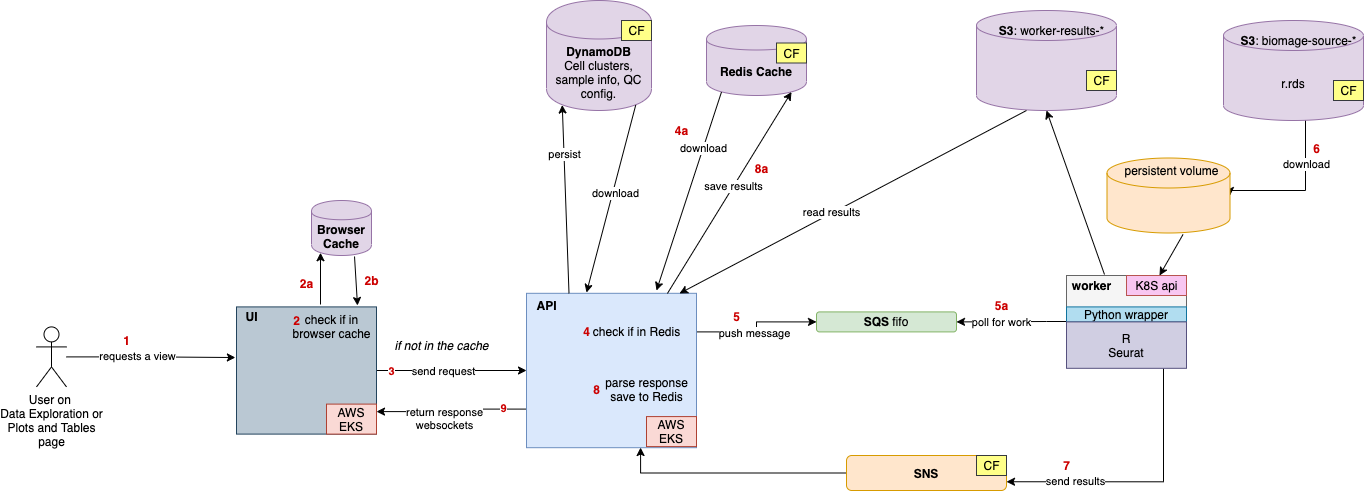
Earlier version of the draw.io export diagrams/DataExploration.png (hms-dbmi-cellenics/developer-docs). Source tidied: cells renumbered, new cells last; positions are measured from the earlier drawing's top-left corner, leaving out a move shared by most shapes.
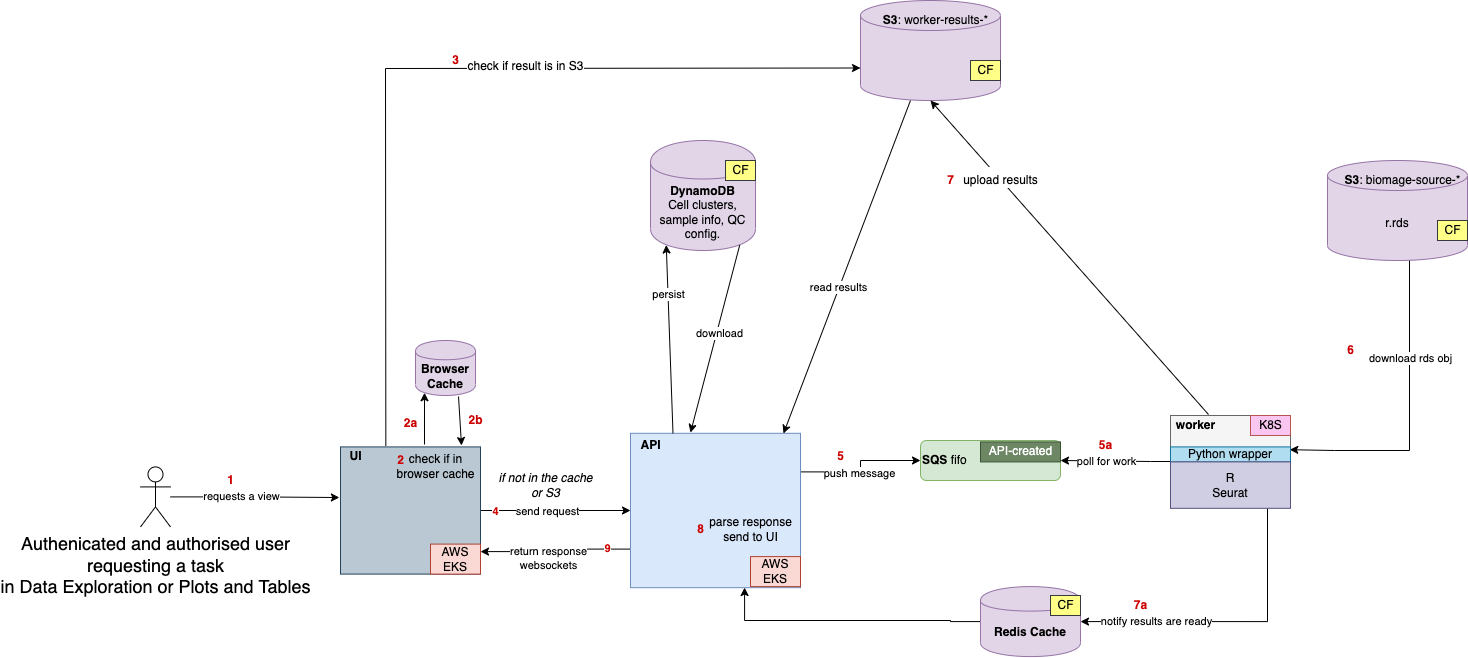
Above is the later version.

What changed in the source:
```diff
@@ -33,35 +33,35 @@
         <mxPoint x="16" y="1" as="offset" />
       </mxGeometry>
     </mxCell>
-    <mxCell id="11" value="&lt;font color=&quot;#cc0000&quot;&gt;&lt;b&gt;3&lt;/b&gt;&lt;/font&gt;" style="edgeLabel;html=1;align=center;verticalAlign=middle;" parent="9" vertex="1">
+    <mxCell id="11" value="&lt;font color=&quot;#cc0000&quot;&gt;&lt;b&gt;4&lt;/b&gt;&lt;/font&gt;" style="edgeLabel;html=1;align=center;verticalAlign=middle;" parent="9" vertex="1">
       <mxGeometry x="-0.8" relative="1" as="geometry" />
     </mxCell>
     <mxCell id="12" style="rounded=0;whiteSpace=wrap;html=1;fillColor=#bac8d3;strokeColor=#23445d;" parent="1" vertex="1">
       <mxGeometry x="200" y="306.4" width="140" height="127.2" as="geometry" />
     </mxCell>
-    <mxCell id="13" value="&lt;b&gt;SQS &lt;/b&gt;fifo" style="rounded=1;whiteSpace=wrap;html=1;fillColor=#d5e8d4;strokeColor=#82b366;" parent="1" vertex="1">
-      <mxGeometry x="780" y="311.4" width="140" height="20" as="geometry" />
+    <mxCell id="13" value="&lt;b&gt;SQS &lt;/b&gt;fifo" style="rounded=1;whiteSpace=wrap;html=1;fillColor=#d5e8d4;strokeColor=#82b366;align=left;" parent="1" vertex="1">
+      <mxGeometry x="780" y="300" width="140" height="40" as="geometry" />
     </mxCell>
-    <mxCell id="14" style="edgeStyle=orthogonalEdgeStyle;rounded=0;jettySize=auto;html=1;exitX=0;exitY=0.5;exitDx=0;exitDy=0;entryX=0.671;entryY=0.999;entryDx=0;entryDy=0;entryPerimeter=0;" parent="1" edge="1" source="15" target="7">
-      <mxGeometry relative="1" as="geometry" />
+    <mxCell id="14" style="edgeStyle=orthogonalEdgeStyle;rounded=0;jettySize=auto;html=1;exitX=0;exitY=0.5;exitDx=0;exitDy=0;entryX=0.671;entryY=0.999;entryDx=0;entryDy=0;entryPerimeter=0;" parent="1" edge="1" source="19" target="7">
+      <mxGeometry relative="1" as="geometry">
+        <Array as="points">
+          <mxPoint x="810" y="481" />
+          <mxPoint x="810" y="480" />
+          <mxPoint x="604" y="480" />
+        </Array>
+      </mxGeometry>
     </mxCell>
-    <mxCell id="15" value="&lt;b&gt;SNS&lt;/b&gt;" style="rounded=1;whiteSpace=wrap;html=1;fillColor=#ffe6cc;strokeColor=#d79b00;" parent="1" vertex="1">
-      <mxGeometry x="810" y="455" width="160" height="35" as="geometry" />
-    </mxCell>
     <mxCell id="16" value="AWS EKS" style="text;html=1;strokeColor=#ae4132;fillColor=#fad9d5;align=center;verticalAlign=middle;whiteSpace=wrap;rounded=0;" parent="1" vertex="1">
       <mxGeometry x="290" y="403.6" width="50" height="30" as="geometry" />
     </mxCell>
     <mxCell id="17" value="AWS EKS" style="text;html=1;strokeColor=#ae4132;fillColor=#fad9d5;align=center;verticalAlign=middle;whiteSpace=wrap;rounded=0;" parent="1" vertex="1">
       <mxGeometry x="610" y="416.1" width="50" height="30" as="geometry" />
     </mxCell>
-    <mxCell id="18" value="CF" style="text;html=1;align=center;verticalAlign=middle;fillColor=#ffff88;strokeColor=#36393d;" parent="1" vertex="1">
-      <mxGeometry x="940" y="455" width="30" height="20" as="geometry" />
-    </mxCell>
     <mxCell id="19" value="&lt;b&gt;Redis Cache&lt;/b&gt;" style="shape=cylinder;whiteSpace=wrap;html=1;boundedLbl=1;backgroundOutline=1;fillColor=#e1d5e7;strokeColor=#9673a6;" parent="1" vertex="1">
-      <mxGeometry x="670" y="25" width="100" height="70" as="geometry" />
+      <mxGeometry x="840" y="446.1" width="100" height="70" as="geometry" />
     </mxCell>
     <mxCell id="20" value="CF" style="text;html=1;align=center;verticalAlign=middle;fillColor=#ffff88;strokeColor=#36393d;" parent="1" vertex="1">
-      <mxGeometry x="740" y="42.5" width="30" height="20" as="geometry" />
+      <mxGeometry x="910" y="455" width="30" height="20" as="geometry" />
     </mxCell>
     <mxCell id="21" value="&lt;b&gt;Browser Cache&lt;/b&gt;" style="shape=cylinder;whiteSpace=wrap;html=1;boundedLbl=1;backgroundOutline=1;fillColor=#e1d5e7;strokeColor=#9673a6;" parent="1" vertex="1">
       <mxGeometry x="275" y="200" width="60" height="55" as="geometry" />
@@ -79,17 +79,18 @@
         <mxPoint x="17" y="1" as="offset" />
       </mxGeometry>
     </mxCell>
-    <mxCell id="24" style="edgeStyle=orthogonalEdgeStyle;rounded=0;jettySize=auto;html=1;entryX=1;entryY=0.5;entryDx=0;entryDy=0;entryPerimeter=0;" parent="1" edge="1" target="47">
+    <mxCell id="24" style="edgeStyle=orthogonalEdgeStyle;rounded=0;jettySize=auto;html=1;entryX=0.994;entryY=0.38;entryDx=0;entryDy=0;entryPerimeter=0;" parent="1" edge="1" target="35">
       <mxGeometry relative="1" as="geometry">
         <mxPoint x="1270" y="110" as="sourcePoint" />
         <Array as="points">
           <mxPoint x="1270" y="115" />
           <mxPoint x="1269" y="115" />
-          <mxPoint x="1269" y="190" />
+          <mxPoint x="1269" y="310" />
+          <mxPoint x="1194" y="310" />
         </Array>
       </mxGeometry>
     </mxCell>
-    <mxCell id="25" value="download" style="edgeLabel;html=1;align=center;verticalAlign=middle;" parent="24" vertex="1">
+    <mxCell id="25" value="download rds obj" style="edgeLabel;html=1;align=center;verticalAlign=middle;" parent="24" vertex="1">
       <mxGeometry x="-0.33" relative="1" as="geometry" />
     </mxCell>
     <mxCell id="26" value="CF" style="text;html=1;align=center;verticalAlign=middle;fillColor=#ffff88;strokeColor=#36393d;" parent="1" vertex="1">
@@ -103,7 +104,7 @@
         <mxPoint x="24" y="-1" as="offset" />
       </mxGeometry>
     </mxCell>
-    <mxCell id="29" value="User on&amp;nbsp;&lt;br&gt;Data Exploration or&lt;br&gt;Plots and Tables&lt;br&gt;page" style="shape=umlActor;verticalLabelPosition=bottom;verticalAlign=top;html=1;outlineConnect=0;" parent="1" vertex="1">
+    <mxCell id="29" value="&lt;font style=&quot;font-size: 18px&quot;&gt;Authenicated and authorised user&lt;br&gt;&amp;nbsp;requesting a task &lt;br&gt;in Data Exploration or Plots and Tables&lt;br&gt;&lt;/font&gt;" style="shape=umlActor;verticalLabelPosition=bottom;verticalAlign=top;html=1;outlineConnect=0;" parent="1" vertex="1">
       <mxGeometry y="326.4" width="30" height="60" as="geometry" />
     </mxCell>
     <mxCell id="30" value="&lt;b&gt;UI&lt;/b&gt;" style="text;html=1;align=center;verticalAlign=middle;strokeColor=none;" parent="1" vertex="1">
@@ -131,14 +132,14 @@
     <mxCell id="36" value="Python wrapper" style="rounded=0;whiteSpace=wrap;html=1;fillColor=#b1ddf0;strokeColor=#10739e;" parent="1" vertex="1">
       <mxGeometry x="1030" y="306.4" width="120" height="15" as="geometry" />
     </mxCell>
-    <mxCell id="37" style="edgeStyle=orthogonalEdgeStyle;rounded=0;jettySize=auto;html=1;entryX=1;entryY=0.75;entryDx=0;entryDy=0;" parent="1" edge="1" source="39" target="15">
+    <mxCell id="37" style="edgeStyle=orthogonalEdgeStyle;rounded=0;jettySize=auto;html=1;entryX=1;entryY=0.5;entryDx=0;entryDy=0;" parent="1" edge="1" source="39" target="19">
       <mxGeometry relative="1" as="geometry">
         <Array as="points">
           <mxPoint x="1127" y="481" />
         </Array>
       </mxGeometry>
     </mxCell>
-    <mxCell id="38" value="send results" style="edgeLabel;html=1;align=center;verticalAlign=middle;" parent="37" vertex="1">
+    <mxCell id="38" value="notify results are ready" style="edgeLabel;html=1;align=center;verticalAlign=middle;" parent="37" vertex="1">
       <mxGeometry x="0.59" y="-1" relative="1" as="geometry">
         <mxPoint x="13" as="offset" />
       </mxGeometry>
@@ -149,8 +150,8 @@
     <mxCell id="40" value="&lt;b&gt;worker&lt;/b&gt;" style="text;html=1;align=center;verticalAlign=middle;points=[];" parent="1" vertex="1">
       <mxGeometry x="1030" y="275" width="50" height="20" as="geometry" />
     </mxCell>
-    <mxCell id="41" value="K8S api" style="text;html=1;align=center;verticalAlign=middle;points=[];fillColor=#F8C6F1;strokeColor=#b85450;" parent="1" vertex="1">
-      <mxGeometry x="1090" y="275" width="60" height="20" as="geometry" />
+    <mxCell id="41" value="K8S" style="text;html=1;align=center;verticalAlign=middle;points=[];fillColor=#F8C6F1;strokeColor=#b85450;" parent="1" vertex="1">
+      <mxGeometry x="1110" y="275" width="40" height="20" as="geometry" />
     </mxCell>
     <mxCell id="42" style="group;" parent="1" vertex="1">
       <mxGeometry x="1187" y="20" width="140" height="100" as="geometry" />
@@ -167,17 +168,8 @@
     <mxCell id="46" value="CF" style="text;html=1;align=center;verticalAlign=middle;fillColor=#ffff88;strokeColor=#36393d;" parent="42" vertex="1">
       <mxGeometry x="110" y="60" width="30" height="20" as="geometry" />
     </mxCell>
-    <mxCell id="47" style="shape=cylinder3;whiteSpace=wrap;html=1;boundedLbl=1;backgroundOutline=1;size=15;fillColor=#ffe6cc;strokeColor=#d79b00;" parent="1" vertex="1">
-      <mxGeometry x="1070.5" y="157.5" width="123" height="75" as="geometry" />
-    </mxCell>
-    <mxCell id="48" value="persistent volume" style="text;html=1;align=center;verticalAlign=middle;strokeColor=none;" parent="1" vertex="1">
-      <mxGeometry x="1080" y="160" width="110" height="20" as="geometry" />
-    </mxCell>
-    <mxCell id="49" style="endArrow=classic;html=1;exitX=0.618;exitY=1.02;exitDx=0;exitDy=0;exitPerimeter=0;entryX=0.55;entryY=0;entryDx=0;entryDy=0;entryPerimeter=0;" parent="1" edge="1" source="47" target="41">
-      <mxGeometry relative="1" as="geometry" />
-    </mxCell>
     <mxCell id="50" style="group;" parent="1" vertex="1">
-      <mxGeometry x="940" y="10" width="140" height="100" as="geometry" />
+      <mxGeometry x="720" y="-140" width="140" height="100" as="geometry" />
     </mxCell>
     <mxCell id="51" style="group;" parent="50" vertex="1">
       <mxGeometry width="140" height="100" as="geometry" />
@@ -194,28 +186,15 @@
     <mxCell id="55" style="endArrow=classic;html=1;entryX=0.5;entryY=1;entryDx=0;entryDy=0;entryPerimeter=0;exitX=0.76;exitY=-0.05;exitDx=0;exitDy=0;exitPerimeter=0;" parent="1" edge="1" source="40" target="52">
       <mxGeometry relative="1" as="geometry" />
     </mxCell>
+    <mxCell id="81" value="&lt;font style=&quot;font-size: 12px&quot;&gt;upload results&lt;/font&gt;" style="edgeLabel;html=1;align=center;verticalAlign=middle;fontSize=18;" parent="55" vertex="1">
+      <mxGeometry x="0.51" y="-1" relative="1" as="geometry" />
+    </mxCell>
     <mxCell id="56" style="endArrow=classic;html=1;exitX=0.357;exitY=1;exitDx=0;exitDy=0;exitPerimeter=0;entryX=0.9;entryY=0.001;entryDx=0;entryDy=0;entryPerimeter=0;" parent="1" edge="1" source="52" target="7">
       <mxGeometry relative="1" as="geometry" />
     </mxCell>
     <mxCell id="57" value="read results" style="edgeLabel;html=1;align=center;verticalAlign=middle;" parent="56" vertex="1">
       <mxGeometry x="0.12" y="-1" relative="1" as="geometry" />
     </mxCell>
-    <mxCell id="58" style="endArrow=classic;html=1;entryX=0.85;entryY=0.95;entryDx=0;entryDy=0;entryPerimeter=0;exitX=0.829;exitY=0.001;exitDx=0;exitDy=0;exitPerimeter=0;" parent="1" edge="1" source="7" target="19">
-      <mxGeometry relative="1" as="geometry" />
-    </mxCell>
-    <mxCell id="59" value="save results" style="edgeLabel;html=1;align=center;verticalAlign=middle;" parent="58" vertex="1">
-      <mxGeometry x="0.07" y="1" relative="1" as="geometry" />
-    </mxCell>
-    <mxCell id="60" style="endArrow=classic;html=1;exitX=0.15;exitY=0.95;exitDx=0;exitDy=0;exitPerimeter=0;" parent="1" edge="1" source="19">
-      <mxGeometry relative="1" as="geometry">
-        <mxPoint x="620" y="290" as="targetPoint" />
-      </mxGeometry>
-    </mxCell>
-    <mxCell id="61" value="download" style="edgeLabel;html=1;align=center;verticalAlign=middle;" parent="60" vertex="1">
-      <mxGeometry x="-0.43" relative="1" as="geometry">
-        <mxPoint y="-1" as="offset" />
-      </mxGeometry>
-    </mxCell>
     <mxCell id="62" style="endArrow=classic;html=1;entryX=0.15;entryY=0.95;entryDx=0;entryDy=0;entryPerimeter=0;exitX=0.25;exitY=0;exitDx=0;exitDy=0;" parent="1" edge="1" source="7" target="8">
       <mxGeometry relative="1" as="geometry" />
     </mxCell>
@@ -240,38 +219,45 @@
     <mxCell id="69" value="&lt;b&gt;&lt;font color=&quot;#cc0000&quot;&gt;2b&lt;/font&gt;&lt;/b&gt;" style="text;html=1;align=center;verticalAlign=middle;strokeColor=none;" parent="1" vertex="1">
       <mxGeometry x="320" y="270" width="30" height="20" as="geometry" />
     </mxCell>
-    <mxCell id="70" value="&lt;i&gt;if not in the cache&lt;/i&gt;" style="text;html=1;align=center;verticalAlign=middle;strokeColor=none;" parent="1" vertex="1">
-      <mxGeometry x="350" y="334.6" width="110" height="20" as="geometry" />
+    <mxCell id="70" value="&lt;i&gt;if not in the cache&lt;br&gt;or S3&lt;br&gt;&lt;/i&gt;" style="text;html=1;align=center;verticalAlign=middle;strokeColor=none;" parent="1" vertex="1">
+      <mxGeometry x="350" y="329.6" width="110" height="30" as="geometry" />
     </mxCell>
-    <mxCell id="71" value="check if in Redis" style="text;html=1;align=center;verticalAlign=middle;strokeColor=none;" parent="1" vertex="1">
-      <mxGeometry x="550" y="321.4" width="100" height="20" as="geometry" />
-    </mxCell>
-    <mxCell id="72" value="&lt;font color=&quot;#cc0000&quot;&gt;&lt;b&gt;4&lt;/b&gt;&lt;/font&gt;" style="text;html=1;align=center;verticalAlign=middle;strokeColor=none;" parent="1" vertex="1">
-      <mxGeometry x="540" y="321.4" width="20" height="20" as="geometry" />
-    </mxCell>
-    <mxCell id="73" value="&lt;font color=&quot;#cc0000&quot;&gt;&lt;b&gt;4a&lt;/b&gt;&lt;/font&gt;" style="text;html=1;align=center;verticalAlign=middle;strokeColor=none;" parent="1" vertex="1">
-      <mxGeometry x="630" y="120" width="30" height="20" as="geometry" />
-    </mxCell>
     <mxCell id="74" value="&lt;font color=&quot;#cc0000&quot;&gt;&lt;b&gt;5&lt;/b&gt;&lt;/font&gt;" style="text;html=1;align=center;verticalAlign=middle;strokeColor=none;" parent="1" vertex="1">
       <mxGeometry x="690" y="306.4" width="20" height="20" as="geometry" />
     </mxCell>
     <mxCell id="75" value="&lt;font color=&quot;#cc0000&quot;&gt;&lt;b&gt;6&lt;/b&gt;&lt;/font&gt;" style="text;html=1;align=center;verticalAlign=middle;strokeColor=none;" parent="1" vertex="1">
-      <mxGeometry x="1270" y="137.5" width="20" height="20" as="geometry" />
+      <mxGeometry x="1200" y="200" width="20" height="20" as="geometry" />
     </mxCell>
-    <mxCell id="76" value="&lt;font color=&quot;#cc0000&quot;&gt;&lt;b&gt;7&lt;/b&gt;&lt;/font&gt;" style="text;html=1;align=center;verticalAlign=middle;strokeColor=none;" parent="1" vertex="1">
-      <mxGeometry x="1020" y="455" width="20" height="20" as="geometry" />
+    <mxCell id="76" value="&lt;font color=&quot;#cc0000&quot;&gt;&lt;b&gt;7a&lt;/b&gt;&lt;/font&gt;" style="text;html=1;align=center;verticalAlign=middle;strokeColor=none;" parent="1" vertex="1">
+      <mxGeometry x="985" y="455" width="30" height="20" as="geometry" />
     </mxCell>
-    <mxCell id="77" value="parse response&lt;br&gt;save to Redis" style="text;html=1;align=center;verticalAlign=middle;strokeColor=none;" parent="1" vertex="1">
+    <mxCell id="77" value="parse response&lt;br&gt;send to UI" style="text;html=1;align=center;verticalAlign=middle;strokeColor=none;" parent="1" vertex="1">
       <mxGeometry x="560" y="373.6" width="100" height="30" as="geometry" />
     </mxCell>
     <mxCell id="78" value="&lt;font color=&quot;#cc0000&quot;&gt;&lt;b&gt;8&lt;/b&gt;&lt;/font&gt;" style="text;html=1;align=center;verticalAlign=middle;strokeColor=none;" parent="1" vertex="1">
       <mxGeometry x="550" y="378.6" width="20" height="20" as="geometry" />
     </mxCell>
-    <mxCell id="79" value="&lt;font color=&quot;#cc0000&quot;&gt;&lt;b&gt;8a&lt;/b&gt;&lt;/font&gt;" style="text;html=1;align=center;verticalAlign=middle;strokeColor=none;" parent="1" vertex="1">
-      <mxGeometry x="710" y="157.5" width="30" height="20" as="geometry" />
-    </mxCell>
     <mxCell id="80" value="&lt;font color=&quot;#cc0000&quot;&gt;&lt;b&gt;5a&lt;/b&gt;&lt;/font&gt;" style="text;html=1;align=center;verticalAlign=middle;strokeColor=none;" parent="1" vertex="1">
       <mxGeometry x="950" y="295" width="30" height="20" as="geometry" />
     </mxCell>
+    <mxCell id="82" value="API-created" style="text;html=1;align=center;verticalAlign=middle;fillColor=#6d8764;strokeColor=#3A5431;fontColor=#ffffff;" parent="1" vertex="1">
+      <mxGeometry x="840" y="301.4" width="80" height="20" as="geometry" />
+    </mxCell>
+    <mxCell id="83" value="&lt;font color=&quot;#cc0000&quot;&gt;&lt;b&gt;7&lt;/b&gt;&lt;/font&gt;" style="text;html=1;align=center;verticalAlign=middle;strokeColor=none;" parent="1" vertex="1">
+      <mxGeometry x="800" y="30" width="20" height="20" as="geometry" />
+    </mxCell>
+    <mxCell id="84" value="&lt;font color=&quot;#cc0000&quot;&gt;&lt;b&gt;3&lt;/b&gt;&lt;/font&gt;" style="text;html=1;align=center;verticalAlign=middle;strokeColor=none;" parent="1" vertex="1">
+      <mxGeometry x="305" y="-90" width="20" height="20" as="geometry" />
+    </mxCell>
+    <mxCell id="85" style="endArrow=classic;html=1;rounded=0;fontSize=12;entryX=0;entryY=0;entryDx=0;entryDy=67.5;entryPerimeter=0;exitX=-0.233;exitY=-0.239;exitDx=0;exitDy=0;exitPerimeter=0;" parent="1" edge="1" source="67" target="52">
+      <mxGeometry relative="1" as="geometry">
+        <Array as="points">
+          <mxPoint x="245" y="-72" />
+        </Array>
+      </mxGeometry>
+    </mxCell>
+    <mxCell id="86" value="check if result is in S3" style="edgeLabel;html=1;align=center;verticalAlign=middle;fontSize=12;" parent="85" vertex="1">
+      <mxGeometry x="0.21" y="2" relative="1" as="geometry" />
+    </mxCell>
   </root>
 </mxGraphModel>
```
